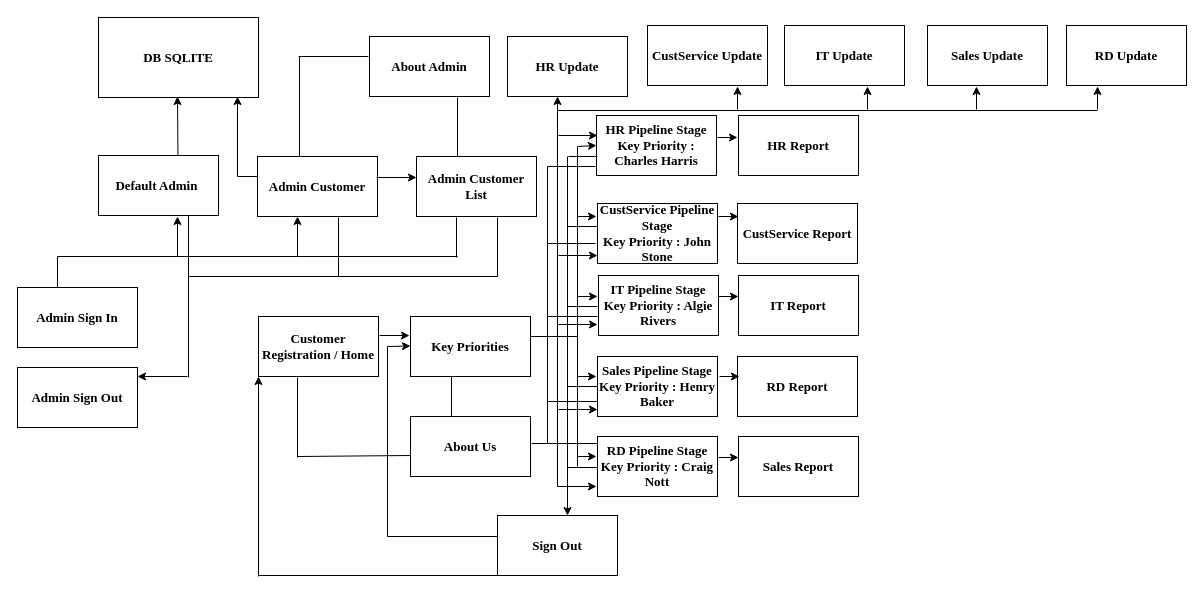
This is SalesManagementSystem.drawio from x23203595/PipelineStagingSalesManagementSystem, a draw.io file, before an edit. Source tidied: cells renumbered, new cells numbered last; positions are measured from the earlier drawing's top-left corner, leaving out a move shared by most shapes. Both pictures are drawn from the tidied source at 100%, with x=0, y=0 at pixel (17, 17).
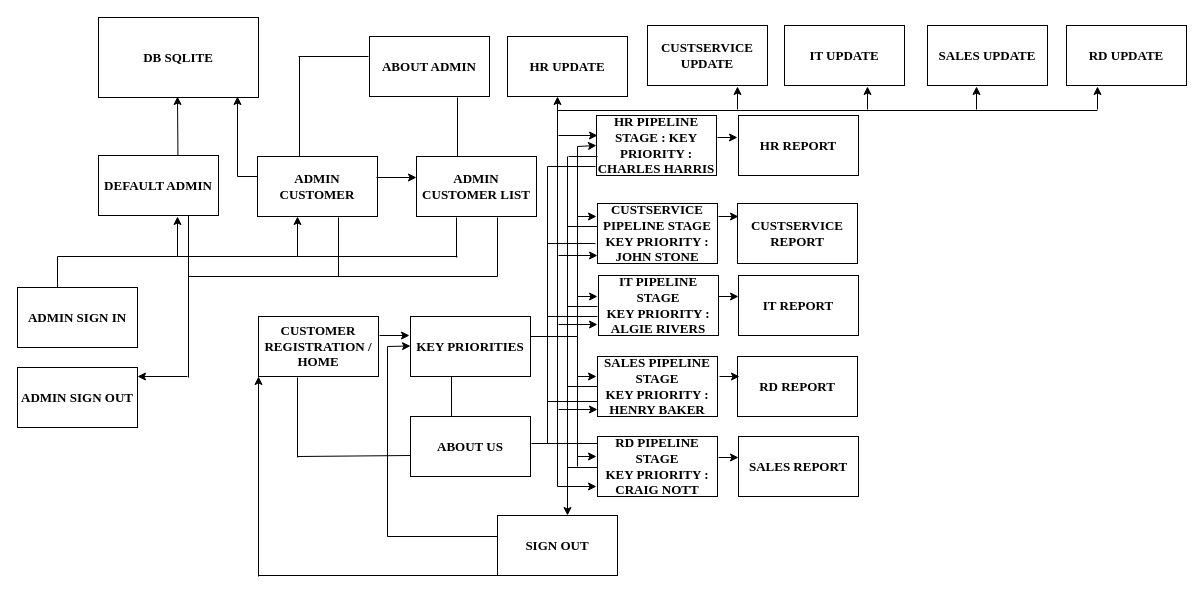
The same diagram, later.

Change to the diagram source:
```diff
@@
-    <mxCell id="3" value="Default Admin&amp;nbsp;" style="rounded=0;whiteSpace=wrap;html=1;fontFamily=Times New Roman;fontStyle=1;fontSize=13;" parent="1" vertex="1">
+    <mxCell id="3" value="DEFAULT ADMIN" style="rounded=0;whiteSpace=wrap;html=1;fontFamily=Times New Roman;fontStyle=1;fontSize=13;" parent="1" vertex="1">
       <mxGeometry x="81" y="138" width="120" height="60" as="geometry" />
     </mxCell>
-    <mxCell id="4" value="Admin Customer" style="rounded=0;whiteSpace=wrap;html=1;fontFamily=Times New Roman;fontStyle=1;fontSize=13;" parent="1" vertex="1">
+    <mxCell id="4" value="ADMIN CUSTOMER" style="rounded=0;whiteSpace=wrap;html=1;fontFamily=Times New Roman;fontStyle=1;fontSize=13;" parent="1" vertex="1">
       <mxGeometry x="240" y="139" width="120" height="60" as="geometry" />
     </mxCell>
-    <mxCell id="5" value="About Admin" style="rounded=0;whiteSpace=wrap;html=1;fontFamily=Times New Roman;fontStyle=1;fontSize=13;" parent="1" vertex="1">
+    <mxCell id="5" value="ABOUT ADMIN" style="rounded=0;whiteSpace=wrap;html=1;fontFamily=Times New Roman;fontStyle=1;fontSize=13;" parent="1" vertex="1">
       <mxGeometry x="352" y="19" width="120" height="60" as="geometry" />
     </mxCell>
-    <mxCell id="6" value="Admin Customer List" style="rounded=0;whiteSpace=wrap;html=1;fontFamily=Times New Roman;fontStyle=1;fontSize=13;" parent="1" vertex="1">
+    <mxCell id="6" value="ADMIN CUSTOMER LIST" style="rounded=0;whiteSpace=wrap;html=1;fontFamily=Times New Roman;fontStyle=1;fontSize=13;" parent="1" vertex="1">
       <mxGeometry x="399" y="139" width="120" height="60" as="geometry" />
     </mxCell>
@@
-    <mxCell id="14" value="Admin Sign In" style="rounded=0;whiteSpace=wrap;html=1;fontFamily=Times New Roman;fontStyle=1;fontSize=13;" parent="1" vertex="1">
+    <mxCell id="14" value="ADMIN SIGN IN" style="rounded=0;whiteSpace=wrap;html=1;fontFamily=Times New Roman;fontStyle=1;fontSize=13;" parent="1" vertex="1">
       <mxGeometry y="270" width="120" height="60" as="geometry" />
     </mxCell>
-    <mxCell id="15" value="Admin Sign Out" style="rounded=0;whiteSpace=wrap;html=1;fontFamily=Times New Roman;fontStyle=1;fontSize=13;" parent="1" vertex="1">
+    <mxCell id="15" value="ADMIN SIGN OUT" style="rounded=0;whiteSpace=wrap;html=1;fontFamily=Times New Roman;fontStyle=1;fontSize=13;" parent="1" vertex="1">
       <mxGeometry y="350" width="120" height="60" as="geometry" />
     </mxCell>
@@
-    <mxCell id="29" value="Customer Registration / Home" style="rounded=0;whiteSpace=wrap;html=1;fontFamily=Times New Roman;fontStyle=1;fontSize=13;" parent="1" vertex="1">
+    <mxCell id="29" value="CUSTOMER REGISTRATION / HOME" style="rounded=0;whiteSpace=wrap;html=1;fontFamily=Times New Roman;fontStyle=1;fontSize=13;" parent="1" vertex="1">
       <mxGeometry x="241" y="299" width="120" height="60" as="geometry" />
     </mxCell>
-    <mxCell id="30" value="Sign Out" style="rounded=0;whiteSpace=wrap;html=1;fontFamily=Times New Roman;fontStyle=1;fontSize=13;" parent="1" vertex="1">
+    <mxCell id="30" value="SIGN OUT" style="rounded=0;whiteSpace=wrap;html=1;fontFamily=Times New Roman;fontStyle=1;fontSize=13;" parent="1" vertex="1">
       <mxGeometry x="480" y="498" width="120" height="60" as="geometry" />
     </mxCell>
@@
-    <mxCell id="33" value="Key Priorities" style="rounded=0;whiteSpace=wrap;html=1;fontFamily=Times New Roman;fontStyle=1;fontSize=13;" parent="1" vertex="1">
+    <mxCell id="33" value="KEY PRIORITIES" style="rounded=0;whiteSpace=wrap;html=1;fontFamily=Times New Roman;fontStyle=1;fontSize=13;" parent="1" vertex="1">
       <mxGeometry x="393" y="299" width="120" height="60" as="geometry" />
     </mxCell>
-    <mxCell id="34" value="About Us" style="rounded=0;whiteSpace=wrap;html=1;fontFamily=Times New Roman;fontStyle=1;fontSize=13;" parent="1" vertex="1">
+    <mxCell id="34" value="ABOUT US" style="rounded=0;whiteSpace=wrap;html=1;fontFamily=Times New Roman;fontStyle=1;fontSize=13;" parent="1" vertex="1">
       <mxGeometry x="393" y="399" width="120" height="60" as="geometry" />
     </mxCell>
@@
-    <mxCell id="42" value="CustService Pipeline Stage&lt;div style=&quot;font-size: 13px;&quot;&gt;Key Priority : John Stone&lt;/div&gt;" style="rounded=0;whiteSpace=wrap;html=1;fontFamily=Times New Roman;fontStyle=1;fontSize=13;" parent="1" vertex="1">
+    <mxCell id="42" value="CUSTSERVICE PIPELINE STAGE&lt;div style=&quot;font-size: 13px;&quot;&gt;KEY PRIORITY : JOHN STONE&lt;/div&gt;" style="rounded=0;whiteSpace=wrap;html=1;fontFamily=Times New Roman;fontStyle=1;fontSize=13;" parent="1" vertex="1">
       <mxGeometry x="580" y="186" width="120" height="60" as="geometry" />
     </mxCell>
-    <mxCell id="43" value="HR Pipeline Stage&lt;div style=&quot;font-size: 13px;&quot;&gt;Key Priority : Charles Harris&lt;/div&gt;" style="rounded=0;whiteSpace=wrap;html=1;fontFamily=Times New Roman;fontStyle=1;fontSize=13;" parent="1" vertex="1">
+    <mxCell id="43" value="HR PIPELINE STAGE : KEY PRIORITY : CHARLES HARRIS" style="rounded=0;whiteSpace=wrap;html=1;fontFamily=Times New Roman;fontStyle=1;fontSize=13;" parent="1" vertex="1">
       <mxGeometry x="579" y="98" width="120" height="60" as="geometry" />
     </mxCell>
-    <mxCell id="44" value="IT Pipeline Stage&lt;div style=&quot;font-size: 13px;&quot;&gt;Key Priority : Algie Rivers&lt;/div&gt;" style="rounded=0;whiteSpace=wrap;html=1;fontFamily=Times New Roman;fontStyle=1;fontSize=13;" parent="1" vertex="1">
+    <mxCell id="44" value="IT PIPELINE STAGE&lt;div style=&quot;font-size: 13px;&quot;&gt;KEY PRIORITY : ALGIE RIVERS&lt;/div&gt;" style="rounded=0;whiteSpace=wrap;html=1;fontFamily=Times New Roman;fontStyle=1;fontSize=13;" parent="1" vertex="1">
       <mxGeometry x="581" y="258" width="120" height="60" as="geometry" />
     </mxCell>
-    <mxCell id="45" value="Sales Pipeline Stage&lt;div style=&quot;font-size: 13px;&quot;&gt;Key Priority : Henry Baker&lt;/div&gt;" style="rounded=0;whiteSpace=wrap;html=1;fontFamily=Times New Roman;fontStyle=1;fontSize=13;" parent="1" vertex="1">
+    <mxCell id="45" value="SALES PIPELINE STAGE&lt;div style=&quot;font-size: 13px;&quot;&gt;KEY PRIORITY : HENRY BAKER&lt;/div&gt;" style="rounded=0;whiteSpace=wrap;html=1;fontFamily=Times New Roman;fontStyle=1;fontSize=13;" parent="1" vertex="1">
       <mxGeometry x="580" y="339" width="120" height="60" as="geometry" />
     </mxCell>
-    <mxCell id="46" value="RD Pipeline Stage&lt;div style=&quot;font-size: 13px;&quot;&gt;Key Priority : Craig Nott&lt;/div&gt;" style="rounded=0;whiteSpace=wrap;html=1;fontFamily=Times New Roman;fontStyle=1;fontSize=13;" parent="1" vertex="1">
+    <mxCell id="46" value="RD PIPELINE STAGE&lt;div style=&quot;font-size: 13px;&quot;&gt;KEY PRIORITY : CRAIG NOTT&lt;/div&gt;" style="rounded=0;whiteSpace=wrap;html=1;fontFamily=Times New Roman;fontStyle=1;fontSize=13;" parent="1" vertex="1">
       <mxGeometry x="580" y="419" width="120" height="60" as="geometry" />
     </mxCell>
@@
-    <mxCell id="68" value="HR Report" style="rounded=0;whiteSpace=wrap;html=1;fontFamily=Times New Roman;fontStyle=1;fontSize=13;" parent="1" vertex="1">
+    <mxCell id="68" value="HR REPORT" style="rounded=0;whiteSpace=wrap;html=1;fontFamily=Times New Roman;fontStyle=1;fontSize=13;" parent="1" vertex="1">
       <mxGeometry x="721" y="98" width="120" height="60" as="geometry" />
     </mxCell>
-    <mxCell id="69" value="CustService Report" style="rounded=0;whiteSpace=wrap;html=1;fontFamily=Times New Roman;fontStyle=1;fontSize=13;" parent="1" vertex="1">
+    <mxCell id="69" value="CUSTSERVICE REPORT" style="rounded=0;whiteSpace=wrap;html=1;fontFamily=Times New Roman;fontStyle=1;fontSize=13;" parent="1" vertex="1">
       <mxGeometry x="720" y="186" width="120" height="60" as="geometry" />
     </mxCell>
-    <mxCell id="70" value="IT Report" style="rounded=0;whiteSpace=wrap;html=1;fontFamily=Times New Roman;fontStyle=1;fontSize=13;" parent="1" vertex="1">
+    <mxCell id="70" value="IT REPORT" style="rounded=0;whiteSpace=wrap;html=1;fontFamily=Times New Roman;fontStyle=1;fontSize=13;" parent="1" vertex="1">
       <mxGeometry x="721" y="258" width="120" height="60" as="geometry" />
     </mxCell>
-    <mxCell id="71" value="RD Report" style="rounded=0;whiteSpace=wrap;html=1;fontFamily=Times New Roman;fontStyle=1;fontSize=13;" parent="1" vertex="1">
+    <mxCell id="71" value="RD REPORT" style="rounded=0;whiteSpace=wrap;html=1;fontFamily=Times New Roman;fontStyle=1;fontSize=13;" parent="1" vertex="1">
       <mxGeometry x="720" y="339" width="120" height="60" as="geometry" />
     </mxCell>
-    <mxCell id="72" value="Sales Report" style="rounded=0;whiteSpace=wrap;html=1;fontFamily=Times New Roman;fontStyle=1;fontSize=13;" parent="1" vertex="1">
+    <mxCell id="72" value="SALES REPORT" style="rounded=0;whiteSpace=wrap;html=1;fontFamily=Times New Roman;fontStyle=1;fontSize=13;" parent="1" vertex="1">
       <mxGeometry x="721" y="419" width="120" height="60" as="geometry" />
     </mxCell>
@@
-    <mxCell id="78" value="HR Update" style="rounded=0;whiteSpace=wrap;html=1;fontFamily=Times New Roman;fontStyle=1;fontSize=13;" parent="1" vertex="1">
+    <mxCell id="78" value="HR UPDATE" style="rounded=0;whiteSpace=wrap;html=1;fontFamily=Times New Roman;fontStyle=1;fontSize=13;" parent="1" vertex="1">
       <mxGeometry x="490" y="19" width="120" height="60" as="geometry" />
     </mxCell>
-    <mxCell id="79" value="CustService Update" style="rounded=0;whiteSpace=wrap;html=1;fontFamily=Times New Roman;fontStyle=1;fontSize=13;" parent="1" vertex="1">
+    <mxCell id="79" value="CUSTSERVICE UPDATE" style="rounded=0;whiteSpace=wrap;html=1;fontFamily=Times New Roman;fontStyle=1;fontSize=13;" parent="1" vertex="1">
       <mxGeometry x="630" y="8" width="120" height="60" as="geometry" />
     </mxCell>
-    <mxCell id="80" value="IT Update" style="rounded=0;whiteSpace=wrap;html=1;fontFamily=Times New Roman;fontStyle=1;fontSize=13;" parent="1" vertex="1">
+    <mxCell id="80" value="IT UPDATE" style="rounded=0;whiteSpace=wrap;html=1;fontFamily=Times New Roman;fontStyle=1;fontSize=13;" parent="1" vertex="1">
       <mxGeometry x="767" y="8" width="120" height="60" as="geometry" />
     </mxCell>
-    <mxCell id="81" value="Sales Update" style="rounded=0;whiteSpace=wrap;html=1;fontFamily=Times New Roman;fontStyle=1;fontSize=13;" parent="1" vertex="1">
+    <mxCell id="81" value="SALES UPDATE" style="rounded=0;whiteSpace=wrap;html=1;fontFamily=Times New Roman;fontStyle=1;fontSize=13;" parent="1" vertex="1">
       <mxGeometry x="910" y="8" width="120" height="60" as="geometry" />
     </mxCell>
-    <mxCell id="82" value="RD Update" style="rounded=0;whiteSpace=wrap;html=1;fontFamily=Times New Roman;fontStyle=1;fontSize=13;" parent="1" vertex="1">
+    <mxCell id="82" value="RD UPDATE" style="rounded=0;whiteSpace=wrap;html=1;fontFamily=Times New Roman;fontStyle=1;fontSize=13;" parent="1" vertex="1">
       <mxGeometry x="1049" y="8" width="120" height="60" as="geometry" />
     </mxCell>
```
